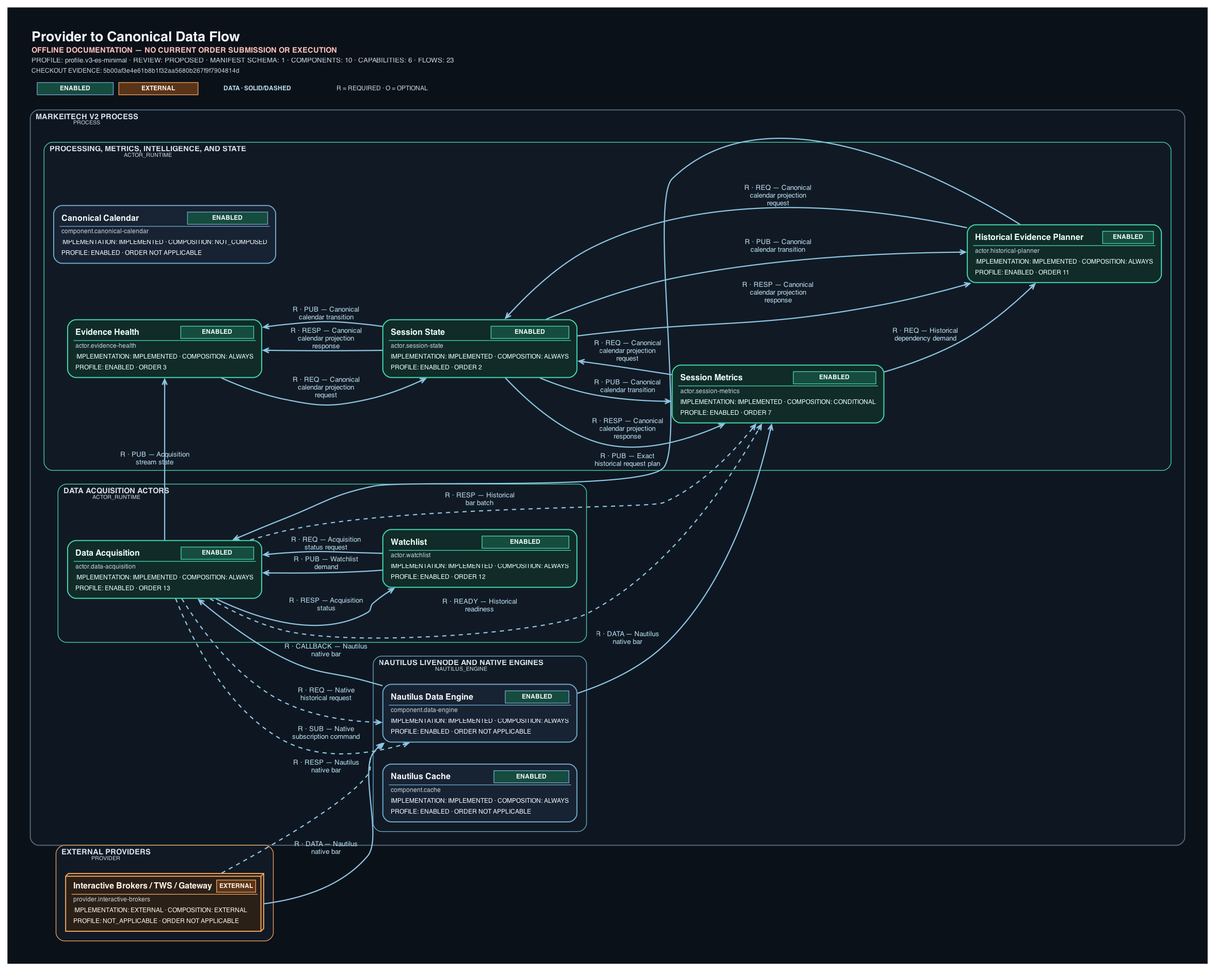
ShriekinNinja/Markeitech_V2 keeps this Graphviz diagram as docs/architecture/generated/system-dataflow/provider-canonical-data.png. Above is the earlier version. Its source is kept beside it as docs/architecture/generated/system-dataflow/provider-canonical-data.dot.
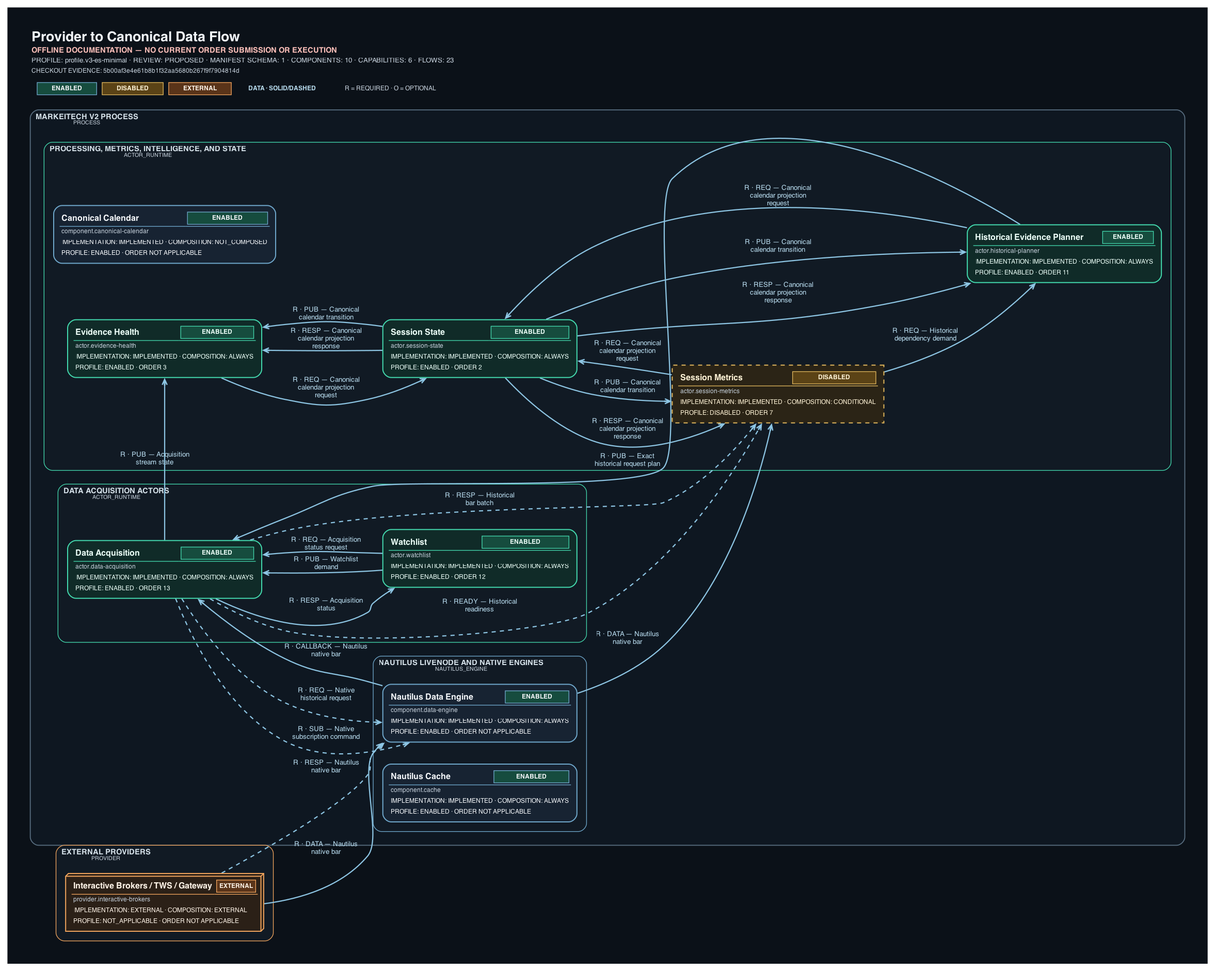
After the commit.

What changed in the source:
```diff
@@ -1,5 +1,5 @@
 digraph "Provider to Canonical Data Flow" {
-	graph [bgcolor="#0B1118" fontcolor="#F2F6FA" fontname=Helvetica fontsize=18 forcelabels=true label=<<TABLE BORDER="0" CELLBORDER="0" CELLSPACING="0" CELLPADDING="2"><TR><TD ALIGN="LEFT"><FONT COLOR="#F2F6FA" POINT-SIZE="20"><B>Provider to Canonical Data Flow</B></FONT></TD></TR><TR><TD ALIGN="LEFT"><FONT COLOR="#FFC1BB" POINT-SIZE="11"><B>OFFLINE DOCUMENTATION &#8212; NO CURRENT ORDER SUBMISSION OR EXECUTION</B></FONT></TD></TR><TR><TD ALIGN="LEFT"><FONT COLOR="#C7D2DD" POINT-SIZE="10">PROFILE: profile.v3-es-minimal &#183; REVIEW: PROPOSED &#183; MANIFEST SCHEMA: 1 &#183; COMPONENTS: 10 &#183; CAPABILITIES: 6 &#183; FLOWS: 23</FONT></TD></TR><TR><TD ALIGN="LEFT"><FONT COLOR="#C7D2DD" POINT-SIZE="9">CHECKOUT EVIDENCE: 5b00af3e4e61b8b1f32aa5680b267f9f7904814d</FONT></TD></TR><TR><TD ALIGN="LEFT"><TABLE BORDER="0" CELLBORDER="0" CELLSPACING="8" CELLPADDING="0"><TR><TD><TABLE BORDER="1" CELLBORDER="0" CELLSPACING="0" CELLPADDING="3" COLOR="#6FA8CC" BGCOLOR="#164C3E"><TR><TD><FONT COLOR="#F4F7FA" POINT-SIZE="9"><B>ENABLED</B></FONT></TD></TR></TABLE></TD><TD><TABLE BORDER="1" CELLBORDER="0" CELLSPACING="0" CELLPADDING="3" COLOR="#F0A45D" BGCOLOR="#5A3419"><TR><TD><FONT COLOR="#FFF4E8" POINT-SIZE="9"><B>EXTERNAL</B></FONT></TD></TR></TABLE></TD><TD><FONT COLOR="#B9DDF0" POINT-SIZE="9"><B>DATA · SOLID/DASHED</B></FONT></TD><TD><FONT COLOR="#C7D2DD" POINT-SIZE="9">R = REQUIRED &#183; O = OPTIONAL</FONT></TD></TR></TABLE></TD></TR></TABLE>> labeljust=l labelloc=t margin=0.15 nodesep=0.45 outputorder=edgesfirst overlap=false pack=true packmode="graph" pad=0.35 rankdir=LR ranksep=0.35 splines=spline]
+	graph [bgcolor="#0B1118" fontcolor="#F2F6FA" fontname=Helvetica fontsize=18 forcelabels=true label=<<TABLE BORDER="0" CELLBORDER="0" CELLSPACING="0" CELLPADDING="2"><TR><TD ALIGN="LEFT"><FONT COLOR="#F2F6FA" POINT-SIZE="20"><B>Provider to Canonical Data Flow</B></FONT></TD></TR><TR><TD ALIGN="LEFT"><FONT COLOR="#FFC1BB" POINT-SIZE="11"><B>OFFLINE DOCUMENTATION &#8212; NO CURRENT ORDER SUBMISSION OR EXECUTION</B></FONT></TD></TR><TR><TD ALIGN="LEFT"><FONT COLOR="#C7D2DD" POINT-SIZE="10">PROFILE: profile.v3-es-minimal &#183; REVIEW: PROPOSED &#183; MANIFEST SCHEMA: 1 &#183; COMPONENTS: 10 &#183; CAPABILITIES: 6 &#183; FLOWS: 23</FONT></TD></TR><TR><TD ALIGN="LEFT"><FONT COLOR="#C7D2DD" POINT-SIZE="9">CHECKOUT EVIDENCE: 5b00af3e4e61b8b1f32aa5680b267f9f7904814d</FONT></TD></TR><TR><TD ALIGN="LEFT"><TABLE BORDER="0" CELLBORDER="0" CELLSPACING="8" CELLPADDING="0"><TR><TD><TABLE BORDER="1" CELLBORDER="0" CELLSPACING="0" CELLPADDING="3" COLOR="#6FA8CC" BGCOLOR="#164C3E"><TR><TD><FONT COLOR="#F4F7FA" POINT-SIZE="9"><B>ENABLED</B></FONT></TD></TR></TABLE></TD><TD><TABLE BORDER="1" CELLBORDER="0" CELLSPACING="0" CELLPADDING="3" COLOR="#E2B75C" BGCOLOR="#5B4316"><TR><TD><FONT COLOR="#FFF3D6" POINT-SIZE="9"><B>DISABLED</B></FONT></TD></TR></TABLE></TD><TD><TABLE BORDER="1" CELLBORDER="0" CELLSPACING="0" CELLPADDING="3" COLOR="#F0A45D" BGCOLOR="#5A3419"><TR><TD><FONT COLOR="#FFF4E8" POINT-SIZE="9"><B>EXTERNAL</B></FONT></TD></TR></TABLE></TD><TD><FONT COLOR="#B9DDF0" POINT-SIZE="9"><B>DATA · SOLID/DASHED</B></FONT></TD><TD><FONT COLOR="#C7D2DD" POINT-SIZE="9">R = REQUIRED &#183; O = OPTIONAL</FONT></TD></TR></TABLE></TD></TR></TABLE>> labeljust=l labelloc=t margin=0.15 nodesep=0.45 outputorder=edgesfirst overlap=false pack=true packmode="graph" pad=0.35 rankdir=LR ranksep=0.35 splines=spline]
 	node [fixedsize=false fontcolor="#F4F7FA" fontname=Helvetica fontsize=10 height=0.9 imagescale=true labelloc=b margin="0.12,0.08" shape=box style=rounded width=2.2]
 	edge [arrowsize=0.8 color="#8DC5E3" fontcolor="#B9DDF0" fontname=Helvetica fontsize=9]
 	subgraph "cluster_Markeitech V2 process" {
@@ -13,7 +13,7 @@
 			graph [bgcolor="#111A24" color="#43D9AE" fontcolor="#D6E2EA" fontname=Helvetica fontsize=11 id="boundary.intelligence" label=<<FONT COLOR="#D6E2EA" POINT-SIZE="11"><B>PROCESSING, METRICS, INTELLIGENCE, AND STATE</B></FONT><BR ALIGN="LEFT"/><FONT COLOR="#C7D2DD" POINT-SIZE="8">ACTOR_RUNTIME</FONT>> labeljust=l margin=14 pencolor="#43D9AE" penwidth=1.0 rankdir=LR shape=box style=rounded]
 			"actor.evidence-health" [label=<<TABLE BORDER="0" CELLBORDER="0" CELLSPACING="0" CELLPADDING="3"><TR><TD ALIGN="LEFT"><FONT COLOR="#ECFFF8" POINT-SIZE="12"><B>Evidence Health</B></FONT></TD><TD ALIGN="RIGHT"><TABLE BORDER="1" CELLBORDER="0" CELLSPACING="0" CELLPADDING="3" COLOR="#43D9AE" BGCOLOR="#164C3E"><TR><TD><FONT COLOR="#ECFFF8" POINT-SIZE="9"><B>ENABLED</B></FONT></TD></TR></TABLE></TD></TR><HR/><TR><TD COLSPAN="2" ALIGN="LEFT"><FONT COLOR="#C7D2DD" POINT-SIZE="9">actor.evidence-health</FONT></TD></TR><TR><TD COLSPAN="2" ALIGN="LEFT"><FONT COLOR="#ECFFF8" POINT-SIZE="9">IMPLEMENTATION: IMPLEMENTED &#183; COMPOSITION: ALWAYS</FONT></TD></TR><TR><TD COLSPAN="2" ALIGN="LEFT"><FONT COLOR="#ECFFF8" POINT-SIZE="9">PROFILE: ENABLED &#183; ORDER 3</FONT></TD></TR></TABLE>> color="#43D9AE" fillcolor="#102B28" fixedsize=false fontcolor="#ECFFF8" group="boundary.intelligence" height=0.82 id="actor.evidence-health" labelloc=c margin="0.12,0.09" penwidth=1.5 shape=box style="rounded,filled" tooltip="actor.evidence-health" width=2.7]
 			"actor.historical-planner" [label=<<TABLE BORDER="0" CELLBORDER="0" CELLSPACING="0" CELLPADDING="3"><TR><TD ALIGN="LEFT"><FONT COLOR="#ECFFF8" POINT-SIZE="12"><B>Historical Evidence Planner</B></FONT></TD><TD ALIGN="RIGHT"><TABLE BORDER="1" CELLBORDER="0" CELLSPACING="0" CELLPADDING="3" COLOR="#43D9AE" BGCOLOR="#164C3E"><TR><TD><FONT COLOR="#ECFFF8" POINT-SIZE="9"><B>ENABLED</B></FONT></TD></TR></TABLE></TD></TR><HR/><TR><TD COLSPAN="2" ALIGN="LEFT"><FONT COLOR="#C7D2DD" POINT-SIZE="9">actor.historical-planner</FONT></TD></TR><TR><TD COLSPAN="2" ALIGN="LEFT"><FONT COLOR="#ECFFF8" POINT-SIZE="9">IMPLEMENTATION: IMPLEMENTED &#183; COMPOSITION: ALWAYS</FONT></TD></TR><TR><TD COLSPAN="2" ALIGN="LEFT"><FONT COLOR="#ECFFF8" POINT-SIZE="9">PROFILE: ENABLED &#183; ORDER 11</FONT></TD></TR></TABLE>> color="#43D9AE" fillcolor="#102B28" fixedsize=false fontcolor="#ECFFF8" group="boundary.intelligence" height=0.82 id="actor.historical-planner" labelloc=c margin="0.12,0.09" penwidth=1.5 shape=box style="rounded,filled" tooltip="actor.historical-planner" width=2.7]
-			"actor.session-metrics" [label=<<TABLE BORDER="0" CELLBORDER="0" CELLSPACING="0" CELLPADDING="3"><TR><TD ALIGN="LEFT"><FONT COLOR="#ECFFF8" POINT-SIZE="12"><B>Session Metrics</B></FONT></TD><TD ALIGN="RIGHT"><TABLE BORDER="1" CELLBORDER="0" CELLSPACING="0" CELLPADDING="3" COLOR="#43D9AE" BGCOLOR="#164C3E"><TR><TD><FONT COLOR="#ECFFF8" POINT-SIZE="9"><B>ENABLED</B></FONT></TD></TR></TABLE></TD></TR><HR/><TR><TD COLSPAN="2" ALIGN="LEFT"><FONT COLOR="#C7D2DD" POINT-SIZE="9">actor.session-metrics</FONT></TD></TR><TR><TD COLSPAN="2" ALIGN="LEFT"><FONT COLOR="#ECFFF8" POINT-SIZE="9">IMPLEMENTATION: IMPLEMENTED &#183; COMPOSITION: CONDITIONAL</FONT></TD></TR><TR><TD COLSPAN="2" ALIGN="LEFT"><FONT COLOR="#ECFFF8" POINT-SIZE="9">PROFILE: ENABLED &#183; ORDER 7</FONT></TD></TR></TABLE>> color="#43D9AE" fillcolor="#102B28" fixedsize=false fontcolor="#ECFFF8" group="boundary.intelligence" height=0.82 id="actor.session-metrics" labelloc=c margin="0.12,0.09" penwidth=1.5 shape=box style="rounded,filled" tooltip="actor.session-metrics" width=2.7]
+			"actor.session-metrics" [label=<<TABLE BORDER="0" CELLBORDER="0" CELLSPACING="0" CELLPADDING="3"><TR><TD ALIGN="LEFT"><FONT COLOR="#FFF3D6" POINT-SIZE="12"><B>Session Metrics</B></FONT></TD><TD ALIGN="RIGHT"><TABLE BORDER="1" CELLBORDER="0" CELLSPACING="0" CELLPADDING="3" COLOR="#E2B75C" BGCOLOR="#5B4316"><TR><TD><FONT COLOR="#FFF3D6" POINT-SIZE="9"><B>DISABLED</B></FONT></TD></TR></TABLE></TD></TR><HR/><TR><TD COLSPAN="2" ALIGN="LEFT"><FONT COLOR="#C7D2DD" POINT-SIZE="9">actor.session-metrics</FONT></TD></TR><TR><TD COLSPAN="2" ALIGN="LEFT"><FONT COLOR="#FFF3D6" POINT-SIZE="9">IMPLEMENTATION: IMPLEMENTED &#183; COMPOSITION: CONDITIONAL</FONT></TD></TR><TR><TD COLSPAN="2" ALIGN="LEFT"><FONT COLOR="#FFF3D6" POINT-SIZE="9">PROFILE: DISABLED &#183; ORDER 7</FONT></TD></TR></TABLE>> color="#E2B75C" fillcolor="#2B2416" fixedsize=false fontcolor="#FFF3D6" group="boundary.intelligence" height=0.82 id="actor.session-metrics" labelloc=c margin="0.12,0.09" penwidth=1.5 shape=box style="dashed,filled" tooltip="actor.session-metrics" width=2.7]
 			"actor.session-state" [label=<<TABLE BORDER="0" CELLBORDER="0" CELLSPACING="0" CELLPADDING="3"><TR><TD ALIGN="LEFT"><FONT COLOR="#ECFFF8" POINT-SIZE="12"><B>Session State</B></FONT></TD><TD ALIGN="RIGHT"><TABLE BORDER="1" CELLBORDER="0" CELLSPACING="0" CELLPADDING="3" COLOR="#43D9AE" BGCOLOR="#164C3E"><TR><TD><FONT COLOR="#ECFFF8" POINT-SIZE="9"><B>ENABLED</B></FONT></TD></TR></TABLE></TD></TR><HR/><TR><TD COLSPAN="2" ALIGN="LEFT"><FONT COLOR="#C7D2DD" POINT-SIZE="9">actor.session-state</FONT></TD></TR><TR><TD COLSPAN="2" ALIGN="LEFT"><FONT COLOR="#ECFFF8" POINT-SIZE="9">IMPLEMENTATION: IMPLEMENTED &#183; COMPOSITION: ALWAYS</FONT></TD></TR><TR><TD COLSPAN="2" ALIGN="LEFT"><FONT COLOR="#ECFFF8" POINT-SIZE="9">PROFILE: ENABLED &#183; ORDER 2</FONT></TD></TR></TABLE>> color="#43D9AE" fillcolor="#102B28" fixedsize=false fontcolor="#ECFFF8" group="boundary.intelligence" height=0.82 id="actor.session-state" labelloc=c margin="0.12,0.09" penwidth=1.5 shape=box style="rounded,filled" tooltip="actor.session-state" width=2.7]
 			"component.canonical-calendar" [label=<<TABLE BORDER="0" CELLBORDER="0" CELLSPACING="0" CELLPADDING="3"><TR><TD ALIGN="LEFT"><FONT COLOR="#F4F7FA" POINT-SIZE="12"><B>Canonical Calendar</B></FONT></TD><TD ALIGN="RIGHT"><TABLE BORDER="1" CELLBORDER="0" CELLSPACING="0" CELLPADDING="3" COLOR="#6FA8CC" BGCOLOR="#164C3E"><TR><TD><FONT COLOR="#F4F7FA" POINT-SIZE="9"><B>ENABLED</B></FONT></TD></TR></TABLE></TD></TR><HR/><TR><TD COLSPAN="2" ALIGN="LEFT"><FONT COLOR="#C7D2DD" POINT-SIZE="9">component.canonical-calendar</FONT></TD></TR><TR><TD COLSPAN="2" ALIGN="LEFT"><FONT COLOR="#F4F7FA" POINT-SIZE="9">IMPLEMENTATION: IMPLEMENTED &#183; COMPOSITION: NOT_COMPOSED</FONT></TD></TR><TR><TD COLSPAN="2" ALIGN="LEFT"><FONT COLOR="#F4F7FA" POINT-SIZE="9">PROFILE: ENABLED &#183; ORDER NOT APPLICABLE</FONT></TD></TR></TABLE>> color="#6FA8CC" fillcolor="#172332" fixedsize=false fontcolor="#F4F7FA" group="boundary.intelligence" height=0.82 id="component.canonical-calendar" labelloc=c margin="0.12,0.09" penwidth=1.5 shape=box style="rounded,filled" tooltip="component.canonical-calendar" width=2.7]
 		}
```
